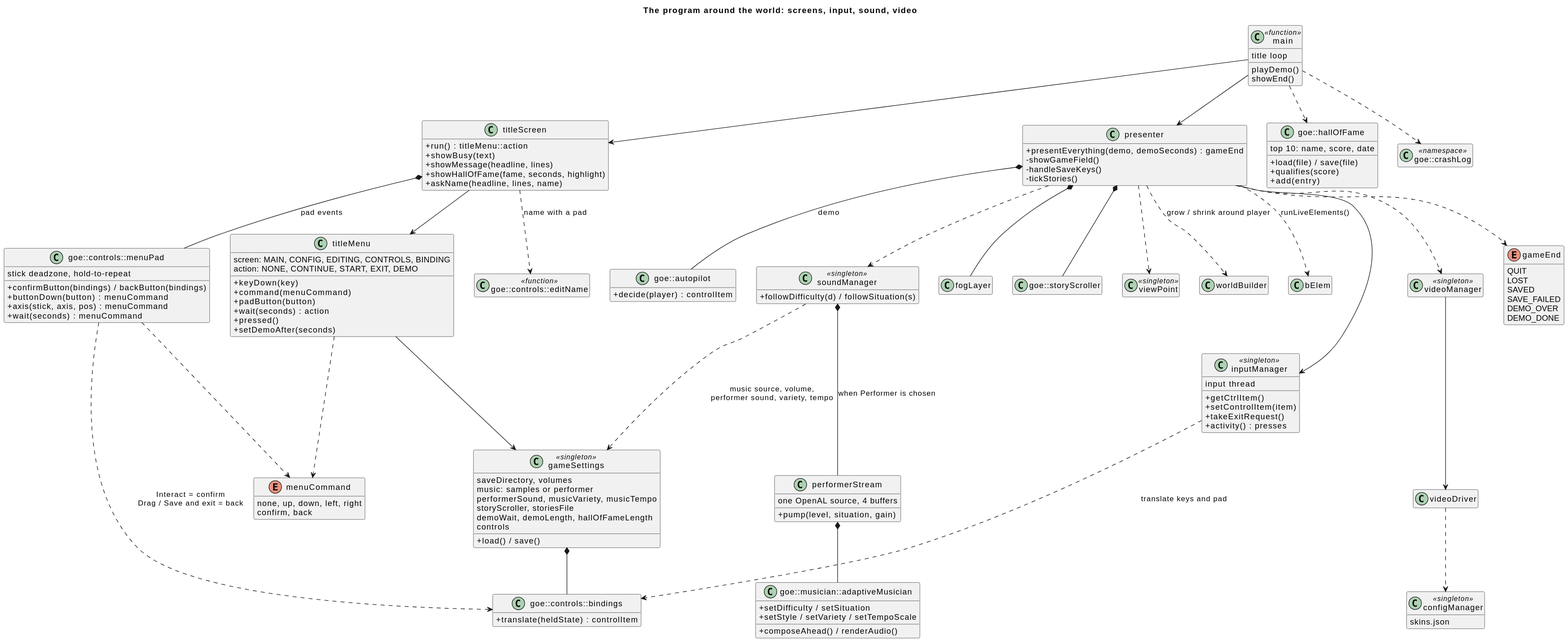
arielkonopka/Gardens-of-Eris keeps this PlantUML diagram as docs/diagrams/03-application-classes.svg. Above is the earlier version.
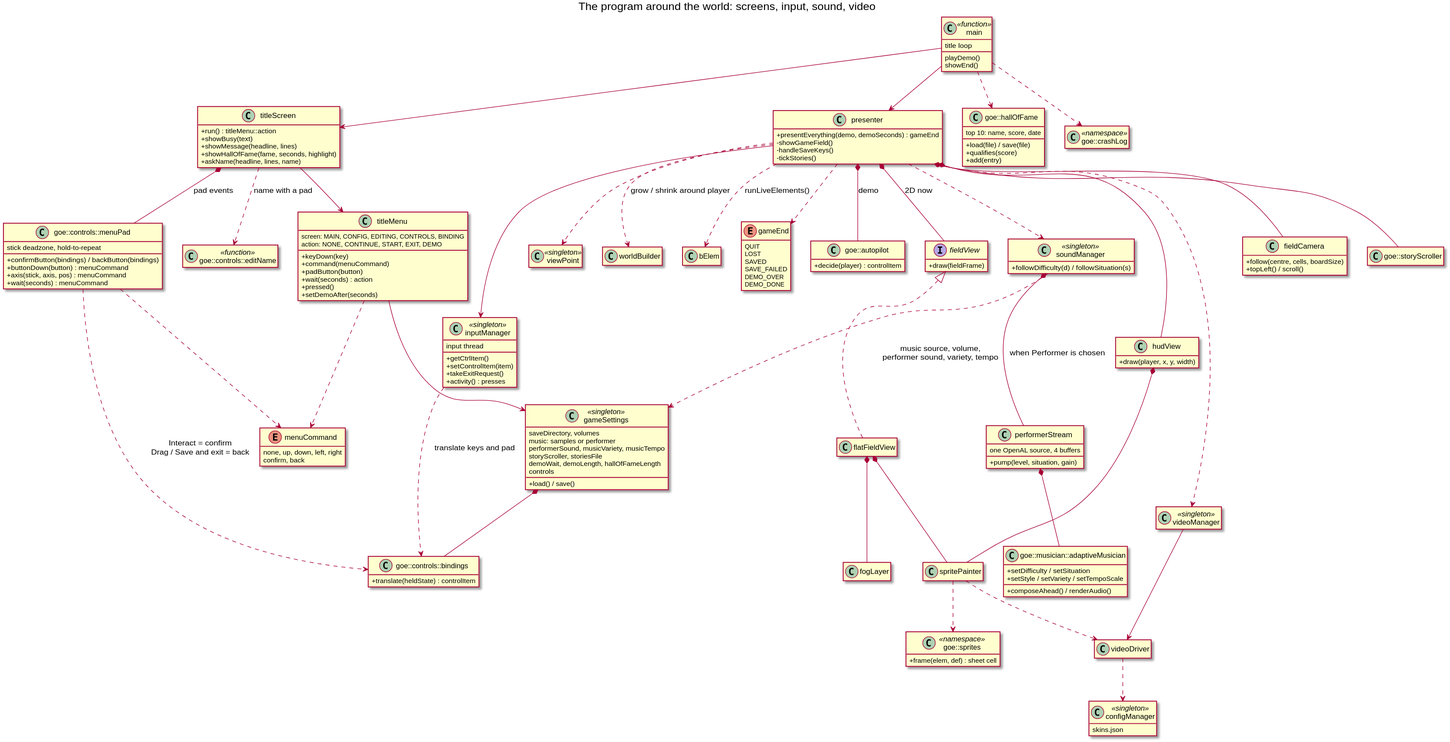
The same file after the commit.

What changed in the source:
```diff
@@ -96,6 +96,21 @@
 class configManager <<singleton>> {
   skins.json
 }
+interface fieldView {
+  +draw(fieldFrame)
+}
+class flatFieldView
+class fieldCamera {
+  +follow(centre, cells, boardSize)
+  +topLeft() / scroll()
+}
+class hudView {
+  +draw(player, x, y, width)
+}
+class spritePainter
+class "goe::sprites" as sprites <<namespace>> {
+  +frame(elem, def) : sheet cell
+}
 class fogLayer
 class "goe::storyScroller" as storyScroller
 class viewPoint <<singleton>>
@@ -116,7 +131,15 @@
 inputManager ..> bindings : translate keys and pad
 presenter --> inputManager
 presenter *-- autopilot : demo
-presenter *-- fogLayer
+presenter *-- fieldCamera
+presenter *-- fieldView : 2D now
+presenter *-- hudView
+fieldView <|.. flatFieldView
+flatFieldView *-- fogLayer
+flatFieldView *-- spritePainter
+hudView *-- spritePainter
+spritePainter ..> sprites
+spritePainter ..> videoDriver
 presenter *-- storyScroller
 presenter ..> soundManager
 soundManager *-- performerStream : when Performer is chosen
```
